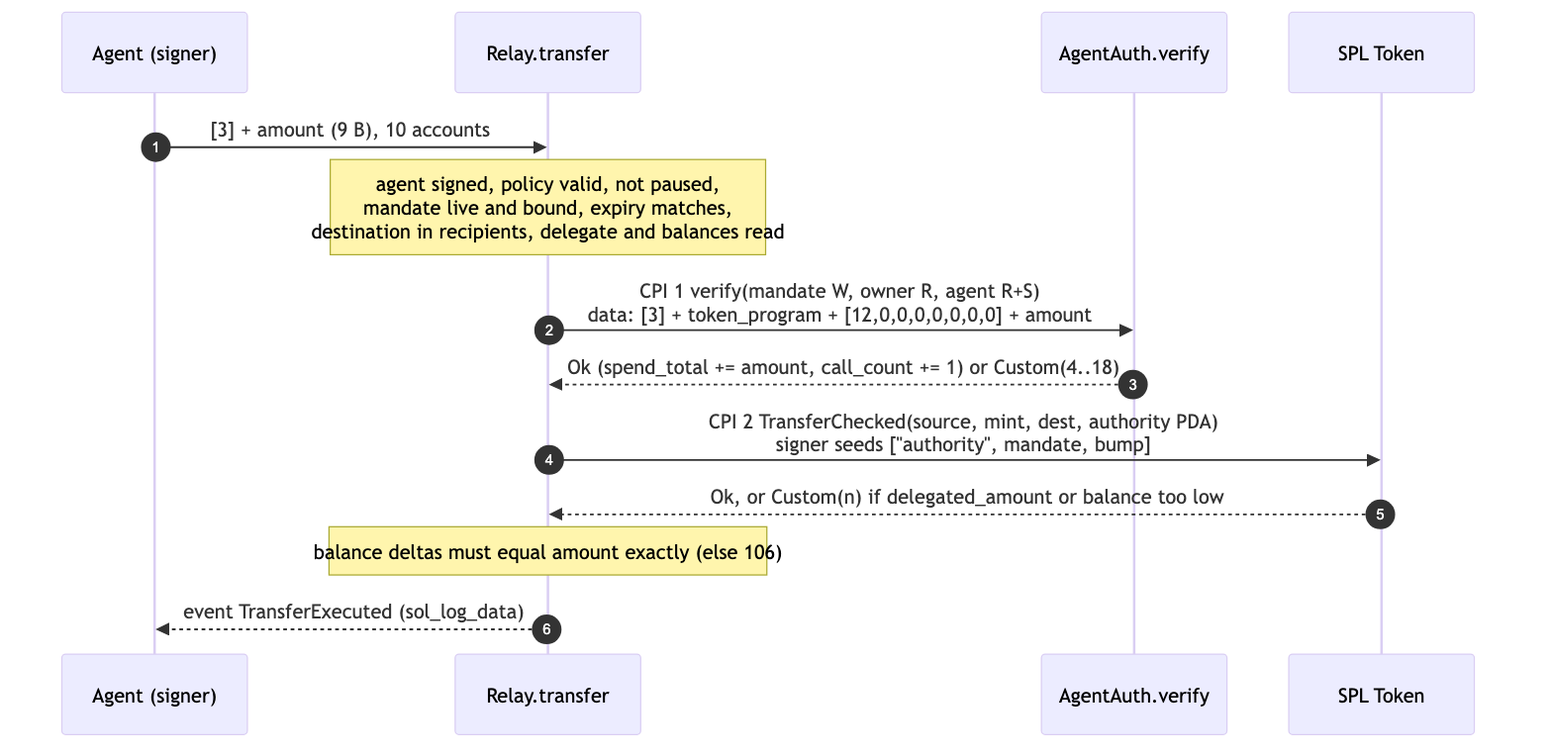
Above: docs/assets/diagrams/transfer.png in Turbin3/accel-AgentAuth (Mermaid), before the change. Its source is kept beside it as docs/assets/diagrams/transfer.mmd. The source it was exported from:
```mermaid
sequenceDiagram
  autonumber
  participant A as Agent (signer)
  participant R as Relay.transfer
  participant C as AgentAuth.verify
  participant T as SPL Token
  A->>R: [3] + amount (9 B), 10 accounts
  Note over R: agent signed, policy valid, not paused,<br/>mandate live and bound, expiry matches,<br/>destination in recipients, delegate and balances read
  R->>C: CPI 1 verify(mandate W, owner R, agent R+S)<br/>data: [3] + token_program + [12,0,0,0,0,0,0,0] + amount
  C-->>R: Ok (spend_total += amount, call_count += 1) or Custom(4..18)
  R->>T: CPI 2 TransferChecked(source, mint, dest, authority PDA)<br/>signer seeds ["authority", mandate, bump]
  T-->>R: Ok, or Custom(n) if delegated_amount or balance too low
  Note over R: balance deltas must equal amount exactly (else 106)
  R-->>A: event TransferExecuted (sol_log_data)
```
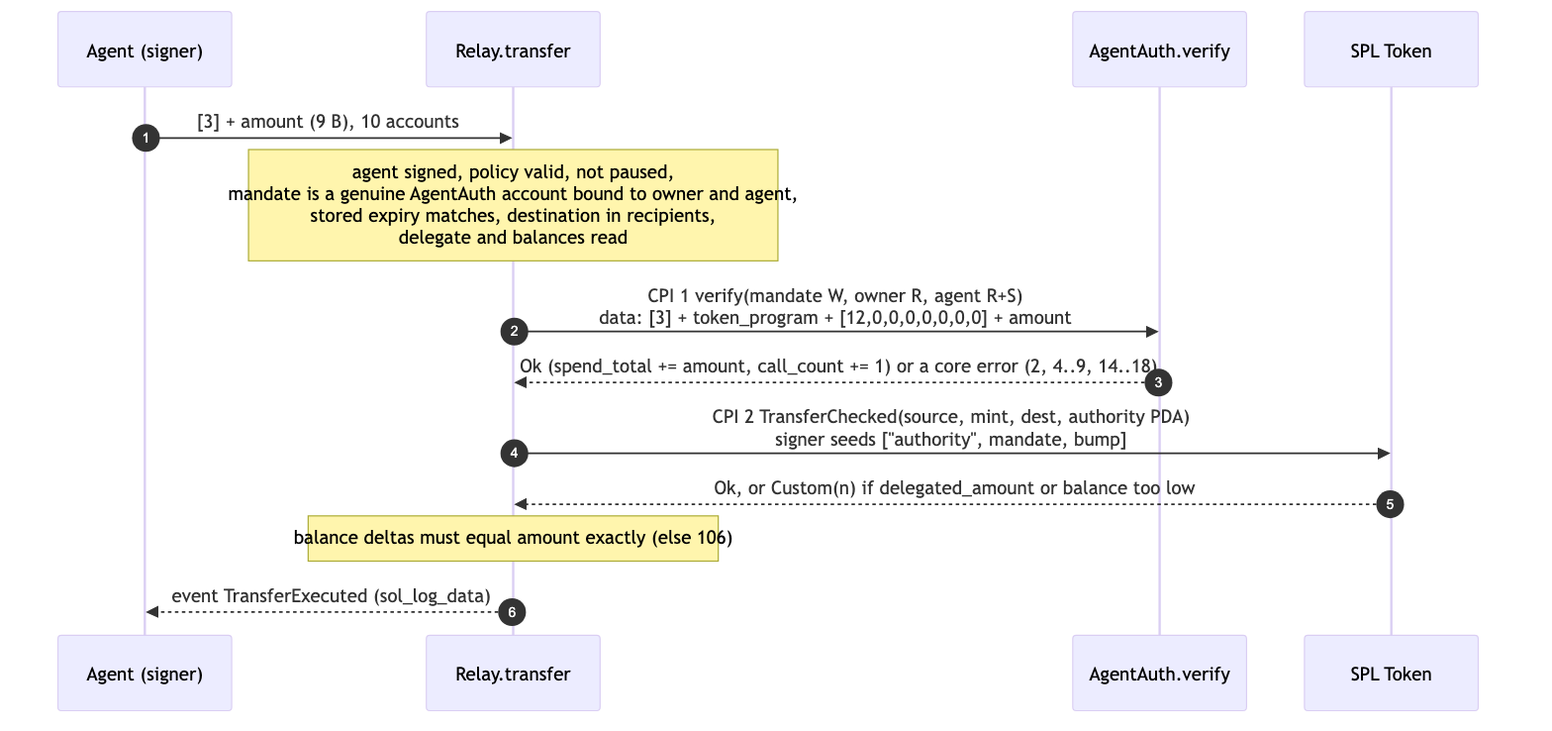
Later version of the same file.

Commit message:
docs: benchmarks from final metrics (re-run numbers, gate/re-run differences flagged, live-cluster rent), spec/integrating/architecture conformance fixes with re-rendered diagrams

What changed in the source:
```diff
@@ -5,9 +5,9 @@
   participant C as AgentAuth.verify
   participant T as SPL Token
   A->>R: [3] + amount (9 B), 10 accounts
-  Note over R: agent signed, policy valid, not paused,<br/>mandate live and bound, expiry matches,<br/>destination in recipients, delegate and balances read
+  Note over R: agent signed, policy valid, not paused,<br/>mandate is a genuine AgentAuth account bound to owner and agent,<br/>stored expiry matches, destination in recipients,<br/>delegate and balances read
   R->>C: CPI 1 verify(mandate W, owner R, agent R+S)<br/>data: [3] + token_program + [12,0,0,0,0,0,0,0] + amount
-  C-->>R: Ok (spend_total += amount, call_count += 1) or Custom(4..18)
+  C-->>R: Ok (spend_total += amount, call_count += 1) or a core error (2, 4..9, 14..18)
   R->>T: CPI 2 TransferChecked(source, mint, dest, authority PDA)<br/>signer seeds ["authority", mandate, bump]
   T-->>R: Ok, or Custom(n) if delegated_amount or balance too low
   Note over R: balance deltas must equal amount exactly (else 106)
```
